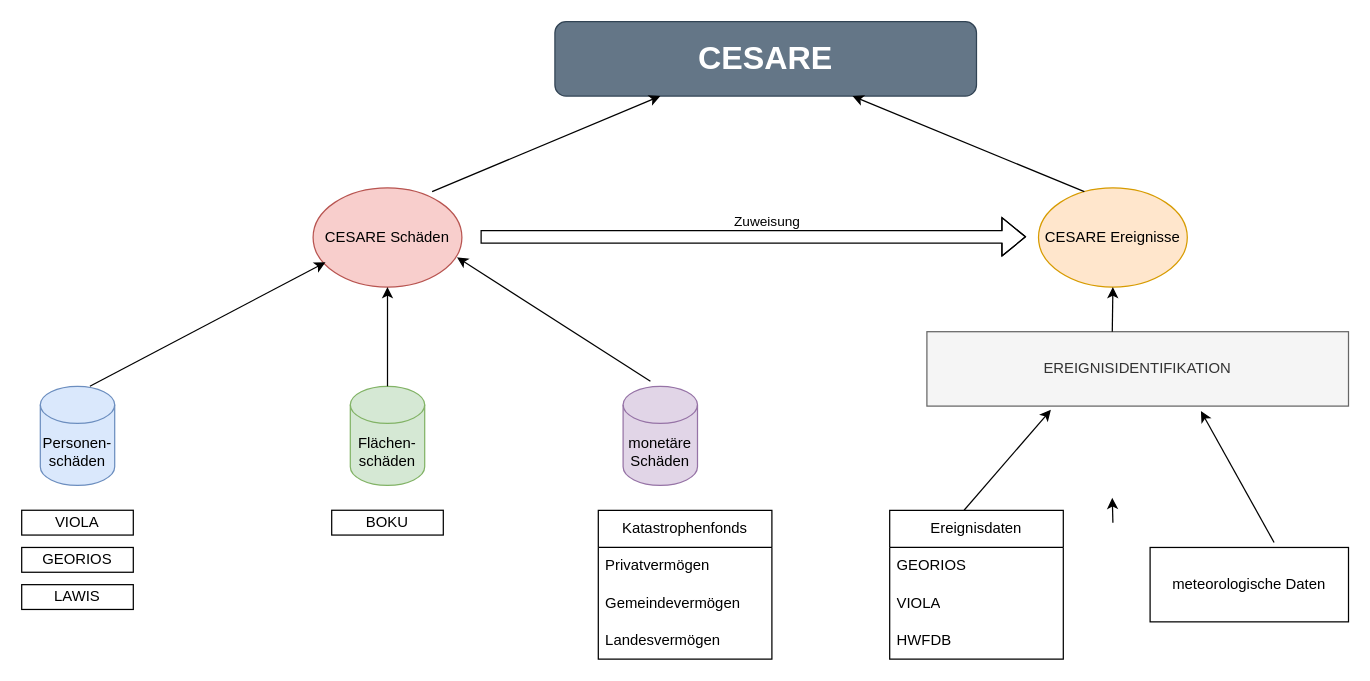
Kathi2406/Klimauebung keeps this draw.io diagram as cesare.drawio. Above is the earlier version. Source tidied: cells renumbered, new cells numbered last; positions are measured from the earlier drawing's top-left corner, leaving out a move shared by most shapes. Both pictures are drawn from the tidied source at 124%, with x=0, y=0 at pixel (21, 21).
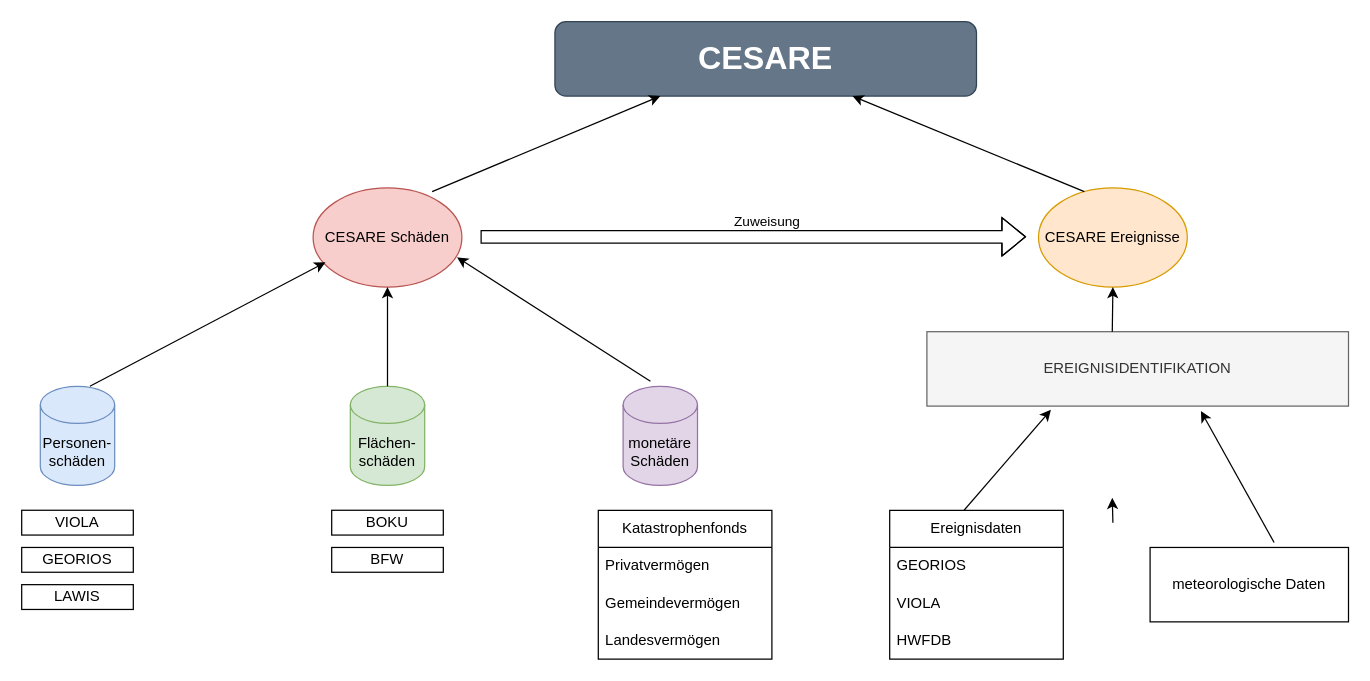
After the change.

Diff of the diagram source:
```diff
@@
+    <mxCell id="32" value="BFW" style="rounded=0;whiteSpace=wrap;html=1;" parent="1" vertex="1">
+      <mxGeometry x="250" y="424" width="90" height="20" as="geometry" />
+    </mxCell>
```
